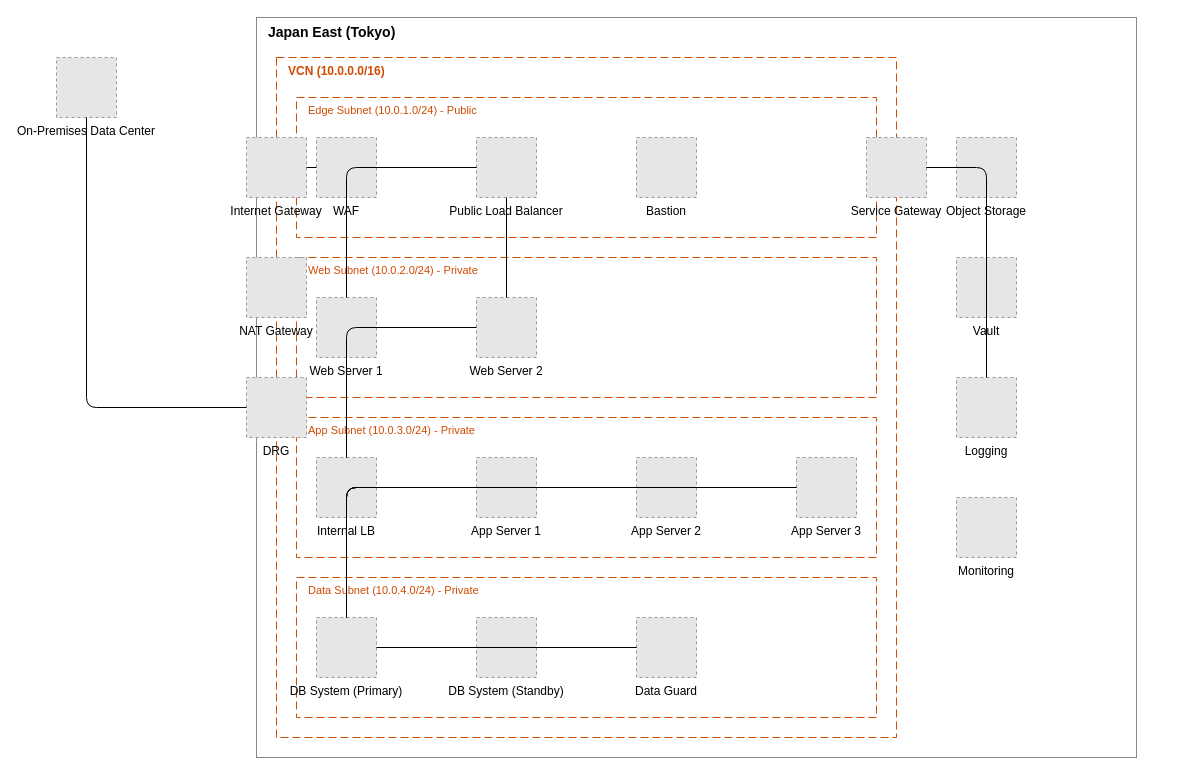
The draw.io diagram skills/oci-drawio/examples/ha-architecture.drawio in araidon/oci-skills, before the edit. Source tidied: cells renumbered, new cells numbered last; positions are measured from the earlier drawing's top-left corner, leaving out a move shared by most shapes. Both pictures are drawn from the tidied source at 100%, with x=0, y=0 at pixel (56, 17). Pictures stored in the file or linked from it are replaced by grey dashed boxes.
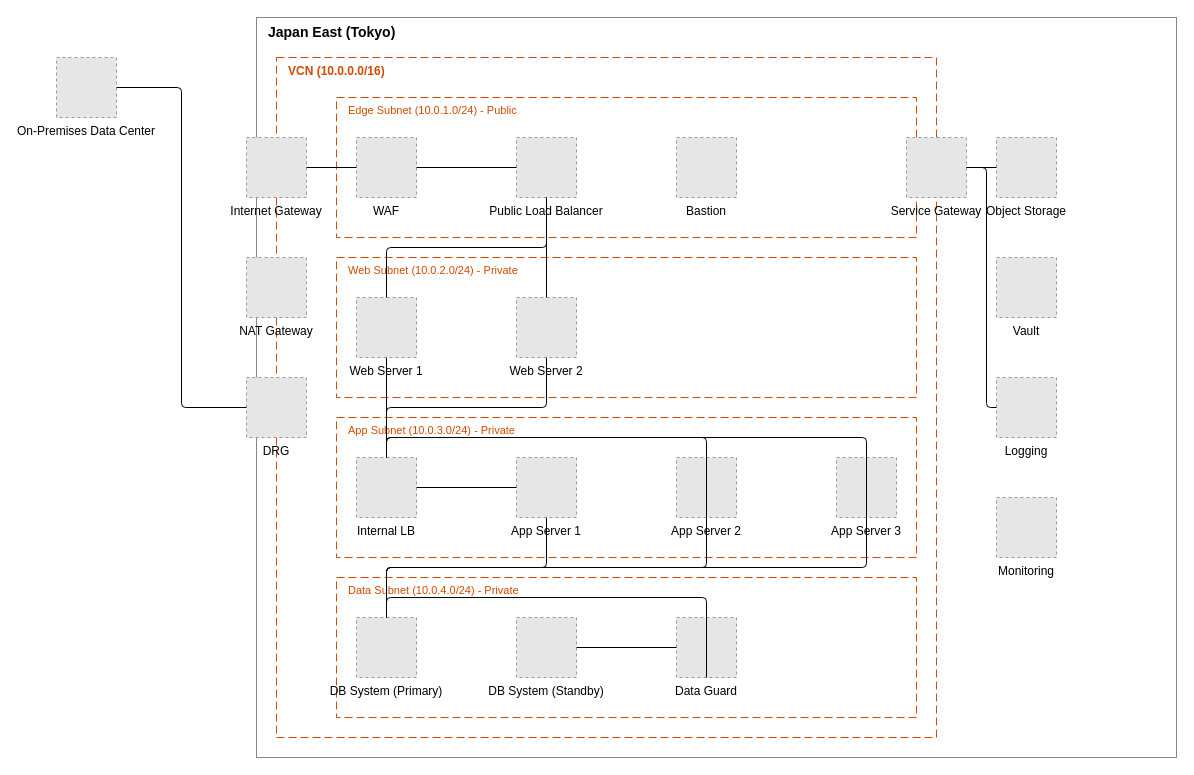
The same page after the edit.

The change refers to these unchanged cells:
```xml
<mxCell id="5" value="WAF" style="fillColor=#E6E6E6;strokeColor=#999999;dashed=1;verticalLabelPosition=bottom;labelBackgroundColor=none;labelPosition=center;verticalAlign=top;" parent="4" vertex="1">
  <mxGeometry x="20" y="40" width="60" height="60" as="geometry" />
</mxCell>
<mxCell id="6" value="Public Load Balancer" style="fillColor=#E6E6E6;strokeColor=#999999;dashed=1;verticalLabelPosition=bottom;labelBackgroundColor=none;labelPosition=center;verticalAlign=top;" parent="4" vertex="1">
  <mxGeometry x="180" y="40" width="60" height="60" as="geometry" />
</mxCell>
<mxCell id="9" value="Web Server 1" style="fillColor=#E6E6E6;strokeColor=#999999;dashed=1;verticalLabelPosition=bottom;labelBackgroundColor=none;labelPosition=center;verticalAlign=top;" parent="8" vertex="1">
  <mxGeometry x="20" y="40" width="60" height="60" as="geometry" />
</mxCell>
<mxCell id="10" value="Web Server 2" style="fillColor=#E6E6E6;strokeColor=#999999;dashed=1;verticalLabelPosition=bottom;labelBackgroundColor=none;labelPosition=center;verticalAlign=top;" parent="8" vertex="1">
  <mxGeometry x="180" y="40" width="60" height="60" as="geometry" />
</mxCell>
<mxCell id="12" value="Internal LB" style="fillColor=#E6E6E6;strokeColor=#999999;dashed=1;verticalLabelPosition=bottom;labelBackgroundColor=none;labelPosition=center;verticalAlign=top;" parent="11" vertex="1">
  <mxGeometry x="20" y="40" width="60" height="60" as="geometry" />
</mxCell>
<mxCell id="13" value="App Server 1" style="fillColor=#E6E6E6;strokeColor=#999999;dashed=1;verticalLabelPosition=bottom;labelBackgroundColor=none;labelPosition=center;verticalAlign=top;" parent="11" vertex="1">
  <mxGeometry x="180" y="40" width="60" height="60" as="geometry" />
</mxCell>
<mxCell id="14" value="App Server 2" style="fillColor=#E6E6E6;strokeColor=#999999;dashed=1;verticalLabelPosition=bottom;labelBackgroundColor=none;labelPosition=center;verticalAlign=top;" parent="11" vertex="1">
  <mxGeometry x="340" y="40" width="60" height="60" as="geometry" />
</mxCell>
<mxCell id="15" value="App Server 3" style="fillColor=#E6E6E6;strokeColor=#999999;dashed=1;verticalLabelPosition=bottom;labelBackgroundColor=none;labelPosition=center;verticalAlign=top;" parent="11" vertex="1">
  <mxGeometry x="500" y="40" width="60" height="60" as="geometry" />
</mxCell>
<mxCell id="17" value="DB System (Primary)" style="fillColor=#E6E6E6;strokeColor=#999999;dashed=1;verticalLabelPosition=bottom;labelBackgroundColor=none;labelPosition=center;verticalAlign=top;" parent="16" vertex="1">
  <mxGeometry x="20" y="40" width="60" height="60" as="geometry" />
</mxCell>
<mxCell id="18" value="DB System (Standby)" style="fillColor=#E6E6E6;strokeColor=#999999;dashed=1;verticalLabelPosition=bottom;labelBackgroundColor=none;labelPosition=center;verticalAlign=top;" parent="16" vertex="1">
  <mxGeometry x="180" y="40" width="60" height="60" as="geometry" />
</mxCell>
<mxCell id="19" value="Data Guard" style="fillColor=#E6E6E6;strokeColor=#999999;dashed=1;verticalLabelPosition=bottom;labelBackgroundColor=none;labelPosition=center;verticalAlign=top;" parent="16" vertex="1">
  <mxGeometry x="340" y="40" width="60" height="60" as="geometry" />
</mxCell>
<mxCell id="20" value="Internet Gateway" style="fillColor=#E6E6E6;strokeColor=#999999;dashed=1;verticalLabelPosition=bottom;labelBackgroundColor=none;labelPosition=center;verticalAlign=top;" parent="3" vertex="1">
  <mxGeometry x="-30" y="80" width="60" height="60" as="geometry" />
</mxCell>
<mxCell id="22" value="DRG" style="fillColor=#E6E6E6;strokeColor=#999999;dashed=1;verticalLabelPosition=bottom;labelBackgroundColor=none;labelPosition=center;verticalAlign=top;" parent="3" vertex="1">
  <mxGeometry x="-30" y="320" width="60" height="60" as="geometry" />
</mxCell>
<mxCell id="28" value="On-Premises Data Center" style="fillColor=#E6E6E6;strokeColor=#999999;dashed=1;verticalLabelPosition=bottom;labelBackgroundColor=none;labelPosition=center;verticalAlign=top;" parent="1" vertex="1">
  <mxGeometry y="40" width="60" height="60" as="geometry" />
</mxCell>
```

Diff of the diagram source:
```diff
@@
     <mxCell id="2" value="Japan East (Tokyo)" style="rounded=1;whiteSpace=wrap;html=1;arcSize=0;strokeColor=#878787;fillColor=#FFFFFF;dashed=0;verticalAlign=top;align=left;spacingLeft=10;fontStyle=1;fontSize=14;fontColor=#000000;" parent="1" vertex="1">
-      <mxGeometry x="200" width="880" height="740" as="geometry" />
+      <mxGeometry x="200" width="920" height="740" as="geometry" />
     </mxCell>
     <mxCell id="3" value="VCN (10.0.0.0/16)" style="rounded=1;whiteSpace=wrap;html=1;arcSize=0;strokeColor=#D04A02;fillColor=none;dashed=1;dashPattern=8 4;verticalAlign=top;align=left;spacingLeft=10;fontStyle=1;fontSize=12;fontColor=#D04A02;" parent="2" vertex="1">
-      <mxGeometry x="20" y="40" width="620" height="680" as="geometry" />
+      <mxGeometry x="20" y="40" width="660" height="680" as="geometry" />
     </mxCell>
     <mxCell id="4" value="Edge Subnet (10.0.1.0/24) - Public" style="rounded=1;whiteSpace=wrap;html=1;arcSize=0;strokeColor=#D04A02;fillColor=none;dashed=1;dashPattern=8 4;verticalAlign=top;align=left;spacingLeft=10;fontSize=11;fontColor=#D04A02;" parent="3" vertex="1">
-      <mxGeometry x="20" y="40" width="580" height="140" as="geometry" />
+      <mxGeometry x="60" y="40" width="580" height="140" as="geometry" />
     </mxCell>
@@
     <mxCell id="8" value="Web Subnet (10.0.2.0/24) - Private" style="rounded=1;whiteSpace=wrap;html=1;arcSize=0;strokeColor=#D04A02;fillColor=none;dashed=1;dashPattern=8 4;verticalAlign=top;align=left;spacingLeft=10;fontSize=11;fontColor=#D04A02;" parent="3" vertex="1">
-      <mxGeometry x="20" y="200" width="580" height="140" as="geometry" />
+      <mxGeometry x="60" y="200" width="580" height="140" as="geometry" />
     </mxCell>
@@
     <mxCell id="11" value="App Subnet (10.0.3.0/24) - Private" style="rounded=1;whiteSpace=wrap;html=1;arcSize=0;strokeColor=#D04A02;fillColor=none;dashed=1;dashPattern=8 4;verticalAlign=top;align=left;spacingLeft=10;fontSize=11;fontColor=#D04A02;" parent="3" vertex="1">
-      <mxGeometry x="20" y="360" width="580" height="140" as="geometry" />
+      <mxGeometry x="60" y="360" width="580" height="140" as="geometry" />
     </mxCell>
@@
     <mxCell id="16" value="Data Subnet (10.0.4.0/24) - Private" style="rounded=1;whiteSpace=wrap;html=1;arcSize=0;strokeColor=#D04A02;fillColor=none;dashed=1;dashPattern=8 4;verticalAlign=top;align=left;spacingLeft=10;fontSize=11;fontColor=#D04A02;" parent="3" vertex="1">
-      <mxGeometry x="20" y="520" width="580" height="140" as="geometry" />
+      <mxGeometry x="60" y="520" width="580" height="140" as="geometry" />
     </mxCell>
@@
     <mxCell id="23" value="Service Gateway" style="fillColor=#E6E6E6;strokeColor=#999999;dashed=1;verticalLabelPosition=bottom;labelBackgroundColor=none;labelPosition=center;verticalAlign=top;" parent="3" vertex="1">
-      <mxGeometry x="590" y="80" width="60" height="60" as="geometry" />
+      <mxGeometry x="630" y="80" width="60" height="60" as="geometry" />
     </mxCell>
     <mxCell id="24" value="Object Storage" style="fillColor=#E6E6E6;strokeColor=#999999;dashed=1;verticalLabelPosition=bottom;labelBackgroundColor=none;labelPosition=center;verticalAlign=top;" parent="2" vertex="1">
-      <mxGeometry x="700" y="120" width="60" height="60" as="geometry" />
+      <mxGeometry x="740" y="120" width="60" height="60" as="geometry" />
     </mxCell>
     <mxCell id="25" value="Vault" style="fillColor=#E6E6E6;strokeColor=#999999;dashed=1;verticalLabelPosition=bottom;labelBackgroundColor=none;labelPosition=center;verticalAlign=top;" parent="2" vertex="1">
-      <mxGeometry x="700" y="240" width="60" height="60" as="geometry" />
+      <mxGeometry x="740" y="240" width="60" height="60" as="geometry" />
     </mxCell>
     <mxCell id="26" value="Logging" style="fillColor=#E6E6E6;strokeColor=#999999;dashed=1;verticalLabelPosition=bottom;labelBackgroundColor=none;labelPosition=center;verticalAlign=top;" parent="2" vertex="1">
-      <mxGeometry x="700" y="360" width="60" height="60" as="geometry" />
+      <mxGeometry x="740" y="360" width="60" height="60" as="geometry" />
     </mxCell>
     <mxCell id="27" value="Monitoring" style="fillColor=#E6E6E6;strokeColor=#999999;dashed=1;verticalLabelPosition=bottom;labelBackgroundColor=none;labelPosition=center;verticalAlign=top;" parent="2" vertex="1">
-      <mxGeometry x="700" y="480" width="60" height="60" as="geometry" />
+      <mxGeometry x="740" y="480" width="60" height="60" as="geometry" />
     </mxCell>
@@
-    <mxCell id="29" style="endArrow=none;startArrow=none;strokeColor=#000000;strokeWidth=1;edgeStyle=orthogonalEdgeStyle;" parent="1" edge="1" source="20" target="5">
+    <mxCell id="29" style="endArrow=none;startArrow=none;strokeColor=#000000;strokeWidth=1;edgeStyle=orthogonalEdgeStyle;rounded=1;arcSize=8;jettySize=20;html=1;exitX=1.0;exitY=0.5;exitDx=0;exitDy=0;entryX=0.0;entryY=0.5;entryDx=0;entryDy=0;" parent="1" edge="1" source="20" target="5">
       <mxGeometry relative="1" as="geometry" />
     </mxCell>
-    <mxCell id="30" style="endArrow=none;startArrow=none;strokeColor=#000000;strokeWidth=1;edgeStyle=orthogonalEdgeStyle;" parent="1" edge="1" source="5" target="6">
+    <mxCell id="30" style="endArrow=none;startArrow=none;strokeColor=#000000;strokeWidth=1;edgeStyle=orthogonalEdgeStyle;rounded=1;arcSize=8;jettySize=20;html=1;exitX=1.0;exitY=0.5;exitDx=0;exitDy=0;entryX=0.0;entryY=0.5;entryDx=0;entryDy=0;" parent="1" edge="1" source="5" target="6">
       <mxGeometry relative="1" as="geometry" />
     </mxCell>
-    <mxCell id="31" style="endArrow=none;startArrow=none;strokeColor=#000000;strokeWidth=1;edgeStyle=orthogonalEdgeStyle;" parent="1" edge="1" source="6" target="9">
-      <mxGeometry relative="1" as="geometry" />
+    <mxCell id="31" style="endArrow=none;startArrow=none;strokeColor=#000000;strokeWidth=1;edgeStyle=orthogonalEdgeStyle;rounded=1;arcSize=8;jettySize=20;html=1;exitX=0.5;exitY=1.0;exitDx=0;exitDy=0;entryX=0.5;entryY=0.0;entryDx=0;entryDy=0;" parent="1" edge="1" source="6" target="9">
+      <mxGeometry relative="1" as="geometry">
+        <Array as="points">
+          <mxPoint x="490" y="230" />
+          <mxPoint x="330" y="230" />
+        </Array>
+      </mxGeometry>
     </mxCell>
-    <mxCell id="32" style="endArrow=none;startArrow=none;strokeColor=#000000;strokeWidth=1;edgeStyle=orthogonalEdgeStyle;" parent="1" edge="1" source="6" target="10">
+    <mxCell id="32" style="endArrow=none;startArrow=none;strokeColor=#000000;strokeWidth=1;edgeStyle=orthogonalEdgeStyle;rounded=1;arcSize=8;jettySize=20;html=1;exitX=0.5;exitY=1.0;exitDx=0;exitDy=0;entryX=0.5;entryY=0.0;entryDx=0;entryDy=0;" parent="1" edge="1" source="6" target="10">
       <mxGeometry relative="1" as="geometry" />
     </mxCell>
-    <mxCell id="33" style="endArrow=none;startArrow=none;strokeColor=#000000;strokeWidth=1;edgeStyle=orthogonalEdgeStyle;" parent="1" edge="1" source="9" target="12">
+    <mxCell id="33" style="endArrow=none;startArrow=none;strokeColor=#000000;strokeWidth=1;edgeStyle=orthogonalEdgeStyle;rounded=1;arcSize=8;jettySize=20;html=1;exitX=0.5;exitY=1.0;exitDx=0;exitDy=0;entryX=0.5;entryY=0.0;entryDx=0;entryDy=0;" parent="1" edge="1" source="9" target="12">
       <mxGeometry relative="1" as="geometry" />
     </mxCell>
-    <mxCell id="34" style="endArrow=none;startArrow=none;strokeColor=#000000;strokeWidth=1;edgeStyle=orthogonalEdgeStyle;" parent="1" edge="1" source="10" target="12">
-      <mxGeometry relative="1" as="geometry" />
+    <mxCell id="34" style="endArrow=none;startArrow=none;strokeColor=#000000;strokeWidth=1;edgeStyle=orthogonalEdgeStyle;rounded=1;arcSize=8;jettySize=20;html=1;exitX=0.5;exitY=1.0;exitDx=0;exitDy=0;entryX=0.5;entryY=0.0;entryDx=0;entryDy=0;" parent="1" edge="1" source="10" target="12">
+      <mxGeometry relative="1" as="geometry">
+        <Array as="points">
+          <mxPoint x="490" y="390" />
+          <mxPoint x="330" y="390" />
+        </Array>
+      </mxGeometry>
     </mxCell>
-    <mxCell id="35" style="endArrow=none;startArrow=none;strokeColor=#000000;strokeWidth=1;edgeStyle=orthogonalEdgeStyle;" parent="1" edge="1" source="12" target="13">
+    <mxCell id="35" style="endArrow=none;startArrow=none;strokeColor=#000000;strokeWidth=1;edgeStyle=orthogonalEdgeStyle;rounded=1;arcSize=8;jettySize=20;html=1;exitX=1.0;exitY=0.5;exitDx=0;exitDy=0;entryX=0.0;entryY=0.5;entryDx=0;entryDy=0;" parent="1" edge="1" source="12" target="13">
       <mxGeometry relative="1" as="geometry" />
     </mxCell>
-    <mxCell id="36" style="endArrow=none;startArrow=none;strokeColor=#000000;strokeWidth=1;edgeStyle=orthogonalEdgeStyle;" parent="1" edge="1" source="12" target="14">
-      <mxGeometry relative="1" as="geometry" />
+    <mxCell id="36" style="endArrow=none;startArrow=none;strokeColor=#000000;strokeWidth=1;edgeStyle=orthogonalEdgeStyle;rounded=1;arcSize=8;jettySize=20;html=1;exitX=0.5;exitY=0.0;exitDx=0;exitDy=0;entryX=0.5;entryY=1.0;entryDx=0;entryDy=0;" parent="1" edge="1" source="12" target="14">
+      <mxGeometry relative="1" as="geometry">
+        <Array as="points">
+          <mxPoint x="330" y="420" />
+          <mxPoint x="650" y="420" />
+        </Array>
+      </mxGeometry>
     </mxCell>
-    <mxCell id="37" style="endArrow=none;startArrow=none;strokeColor=#000000;strokeWidth=1;edgeStyle=orthogonalEdgeStyle;" parent="1" edge="1" source="12" target="15">
-      <mxGeometry relative="1" as="geometry" />
+    <mxCell id="37" style="endArrow=none;startArrow=none;strokeColor=#000000;strokeWidth=1;edgeStyle=orthogonalEdgeStyle;rounded=1;arcSize=8;jettySize=20;html=1;exitX=0.5;exitY=0.0;exitDx=0;exitDy=0;entryX=0.5;entryY=1.0;entryDx=0;entryDy=0;" parent="1" edge="1" source="12" target="15">
+      <mxGeometry relative="1" as="geometry">
+        <Array as="points">
+          <mxPoint x="330" y="420" />
+          <mxPoint x="810" y="420" />
+        </Array>
+      </mxGeometry>
     </mxCell>
-    <mxCell id="38" style="endArrow=none;startArrow=none;strokeColor=#000000;strokeWidth=1;edgeStyle=orthogonalEdgeStyle;" parent="1" edge="1" source="13" target="17">
-      <mxGeometry relative="1" as="geometry" />
+    <mxCell id="38" style="endArrow=none;startArrow=none;strokeColor=#000000;strokeWidth=1;edgeStyle=orthogonalEdgeStyle;rounded=1;arcSize=8;jettySize=20;html=1;exitX=0.5;exitY=1.0;exitDx=0;exitDy=0;entryX=0.5;entryY=0.0;entryDx=0;entryDy=0;" parent="1" edge="1" source="13" target="17">
+      <mxGeometry relative="1" as="geometry">
+        <Array as="points">
+          <mxPoint x="490" y="550" />
+          <mxPoint x="330" y="550" />
+        </Array>
+      </mxGeometry>
     </mxCell>
-    <mxCell id="39" style="endArrow=none;startArrow=none;strokeColor=#000000;strokeWidth=1;edgeStyle=orthogonalEdgeStyle;" parent="1" edge="1" source="14" target="17">
-      <mxGeometry relative="1" as="geometry" />
+    <mxCell id="39" style="endArrow=none;startArrow=none;strokeColor=#000000;strokeWidth=1;edgeStyle=orthogonalEdgeStyle;rounded=1;arcSize=8;jettySize=20;html=1;exitX=0.5;exitY=1.0;exitDx=0;exitDy=0;entryX=0.5;entryY=0.0;entryDx=0;entryDy=0;" parent="1" edge="1" source="14" target="17">
+      <mxGeometry relative="1" as="geometry">
+        <Array as="points">
+          <mxPoint x="650" y="550" />
+          <mxPoint x="330" y="550" />
+        </Array>
+      </mxGeometry>
     </mxCell>
-    <mxCell id="40" style="endArrow=none;startArrow=none;strokeColor=#000000;strokeWidth=1;edgeStyle=orthogonalEdgeStyle;" parent="1" edge="1" source="15" target="17">
-      <mxGeometry relative="1" as="geometry" />
+    <mxCell id="40" style="endArrow=none;startArrow=none;strokeColor=#000000;strokeWidth=1;edgeStyle=orthogonalEdgeStyle;rounded=1;arcSize=8;jettySize=20;html=1;exitX=0.5;exitY=1.0;exitDx=0;exitDy=0;entryX=0.5;entryY=0.0;entryDx=0;entryDy=0;" parent="1" edge="1" source="15" target="17">
+      <mxGeometry relative="1" as="geometry">
+        <Array as="points">
+          <mxPoint x="810" y="550" />
+          <mxPoint x="330" y="550" />
+        </Array>
+      </mxGeometry>
     </mxCell>
-    <mxCell id="41" style="endArrow=none;startArrow=none;strokeColor=#000000;strokeWidth=1;edgeStyle=orthogonalEdgeStyle;" parent="1" edge="1" source="17" target="19">
-      <mxGeometry relative="1" as="geometry" />
+    <mxCell id="41" style="endArrow=none;startArrow=none;strokeColor=#000000;strokeWidth=1;edgeStyle=orthogonalEdgeStyle;rounded=1;arcSize=8;jettySize=20;html=1;exitX=0.5;exitY=0.0;exitDx=0;exitDy=0;entryX=0.5;entryY=1.0;entryDx=0;entryDy=0;" parent="1" edge="1" source="17" target="19">
+      <mxGeometry relative="1" as="geometry">
+        <Array as="points">
+          <mxPoint x="330" y="580" />
+          <mxPoint x="650" y="580" />
+        </Array>
+      </mxGeometry>
     </mxCell>
-    <mxCell id="42" style="endArrow=none;startArrow=none;strokeColor=#000000;strokeWidth=1;edgeStyle=orthogonalEdgeStyle;" parent="1" edge="1" source="19" target="18">
+    <mxCell id="42" style="endArrow=none;startArrow=none;strokeColor=#000000;strokeWidth=1;edgeStyle=orthogonalEdgeStyle;rounded=1;arcSize=8;jettySize=20;html=1;exitX=0.0;exitY=0.5;exitDx=0;exitDy=0;entryX=1.0;entryY=0.5;entryDx=0;entryDy=0;" parent="1" edge="1" source="19" target="18">
       <mxGeometry relative="1" as="geometry" />
     </mxCell>
-    <mxCell id="43" style="endArrow=none;startArrow=none;strokeColor=#000000;strokeWidth=1;edgeStyle=orthogonalEdgeStyle;" parent="1" edge="1" source="22" target="28">
-      <mxGeometry relative="1" as="geometry" />
+    <mxCell id="43" style="endArrow=none;startArrow=none;strokeColor=#000000;strokeWidth=1;edgeStyle=orthogonalEdgeStyle;rounded=1;arcSize=8;jettySize=20;html=1;exitX=0.0;exitY=0.5;exitDx=0;exitDy=0;entryX=1.0;entryY=0.5;entryDx=0;entryDy=0;" parent="1" edge="1" source="22" target="28">
+      <mxGeometry relative="1" as="geometry">
+        <Array as="points">
+          <mxPoint x="125" y="390" />
+          <mxPoint x="125" y="70" />
+        </Array>
+      </mxGeometry>
     </mxCell>
-    <mxCell id="44" style="endArrow=none;startArrow=none;strokeColor=#000000;strokeWidth=1;edgeStyle=orthogonalEdgeStyle;" parent="1" edge="1" source="23" target="24">
+    <mxCell id="44" style="endArrow=none;startArrow=none;strokeColor=#000000;strokeWidth=1;edgeStyle=orthogonalEdgeStyle;rounded=1;arcSize=8;jettySize=20;html=1;exitX=1.0;exitY=0.5;exitDx=0;exitDy=0;entryX=0.0;entryY=0.5;entryDx=0;entryDy=0;" parent="1" edge="1" source="23" target="24">
       <mxGeometry relative="1" as="geometry" />
     </mxCell>
-    <mxCell id="45" style="endArrow=none;startArrow=none;strokeColor=#000000;strokeWidth=1;edgeStyle=orthogonalEdgeStyle;" parent="1" edge="1" source="23" target="26">
-      <mxGeometry relative="1" as="geometry" />
+    <mxCell id="45" style="endArrow=none;startArrow=none;strokeColor=#000000;strokeWidth=1;edgeStyle=orthogonalEdgeStyle;rounded=1;arcSize=8;jettySize=20;html=1;exitX=1.0;exitY=0.5;exitDx=0;exitDy=0;entryX=0.0;entryY=0.5;entryDx=0;entryDy=0;" parent="1" edge="1" source="23" target="26">
+      <mxGeometry relative="1" as="geometry">
+        <Array as="points">
+          <mxPoint x="930" y="150" />
+          <mxPoint x="930" y="390" />
+        </Array>
+      </mxGeometry>
     </mxCell>
```
